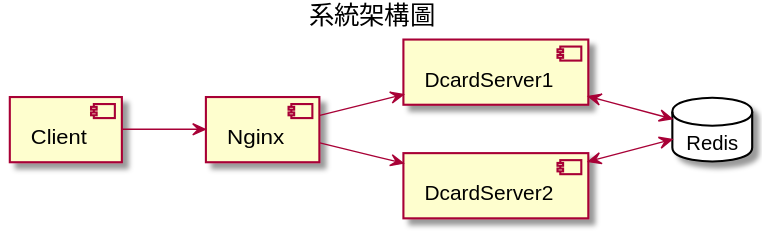
The PlantUML diagram doc/系統架構圖.svg in vx416/dcard-hw, before a commit.
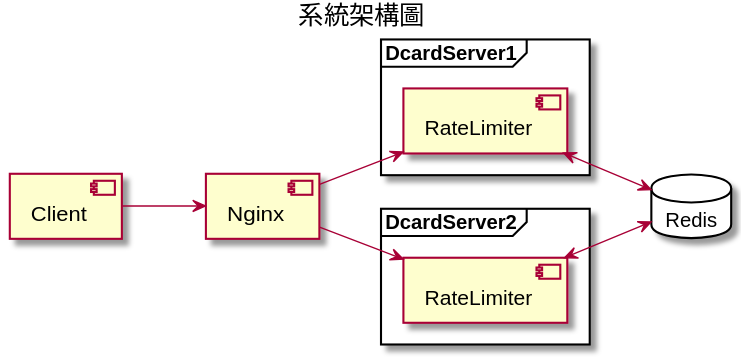
Above is the later version.

Commit message:
update system arch diagram

Change to the diagram source:
```diff
@@ -7,16 +7,21 @@
 
 [Nginx] as ProxyComp
 
-[DcardServer1] as Server1Comp
-[DcardServer2] as Server2Comp
+frame "DcardServer1" as Server1Comp {
+  [RateLimiter] as RateLimiter1
+}
+
+frame "DcardServer2" as Server2Comp {
+  [RateLimiter] as RateLimiter2
+}
 
 database "Redis" as Cache {
 
 }
 
 ClientComp --> ProxyComp
-ProxyComp --> Server1Comp
-ProxyComp --> Server2Comp
-Server1Comp <--> Cache
-Server2Comp <--> Cache
+ProxyComp --> RateLimiter1
+ProxyComp --> RateLimiter2
+RateLimiter1 <--> Cache
+RateLimiter2 <--> Cache
 @enduml
```
